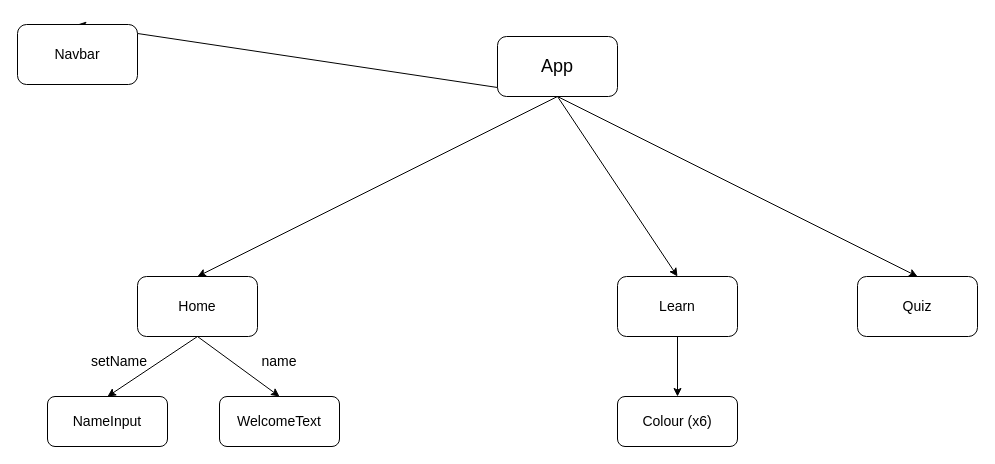
The draw.io diagram src/component-tree.drawio in rosiegracejones/all-about-colours, before the edit. Source tidied: cells renumbered, new cells numbered last; positions are measured from the earlier drawing's top-left corner, leaving out a move shared by most shapes. Both pictures are drawn from the tidied source at 100%, with x=0, y=0 at pixel (17, 24).
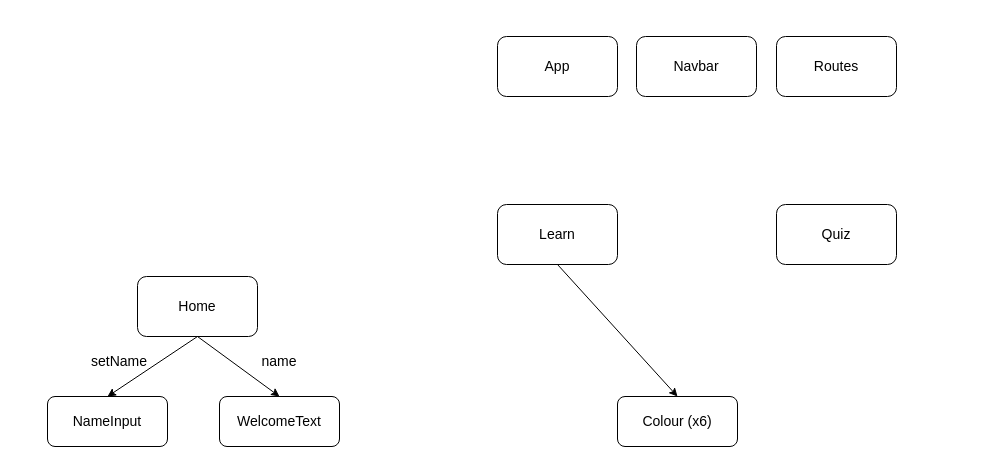
After the change.

The edit, as a diff of the source:
```diff
@@
 <mxGraphModel>
   <root>
     <mxCell id="0" />
     <mxCell id="1" parent="0" />
-    <mxCell id="2" style="edgeStyle=none;html=1;exitX=0.5;exitY=1;exitDx=0;exitDy=0;entryX=0.5;entryY=0;entryDx=0;entryDy=0;fontSize=14;" parent="1" edge="1" source="6" target="11">
-      <mxGeometry relative="1" as="geometry" />
-    </mxCell>
-    <mxCell id="3" style="edgeStyle=none;html=1;exitX=0.5;exitY=1;exitDx=0;exitDy=0;entryX=0.5;entryY=0;entryDx=0;entryDy=0;fontSize=14;" parent="1" edge="1" source="6" target="12">
-      <mxGeometry relative="1" as="geometry" />
-    </mxCell>
-    <mxCell id="4" style="edgeStyle=none;html=1;exitX=0.5;exitY=1;exitDx=0;exitDy=0;entryX=0.5;entryY=0;entryDx=0;entryDy=0;fontSize=14;" parent="1" edge="1" source="6" target="14">
-      <mxGeometry relative="1" as="geometry" />
-    </mxCell>
-    <mxCell id="5" style="edgeStyle=none;html=1;exitX=0.5;exitY=1;exitDx=0;exitDy=0;entryX=0.5;entryY=0;entryDx=0;entryDy=0;fontSize=14;" parent="1" edge="1" source="6" target="17">
-      <mxGeometry relative="1" as="geometry" />
-    </mxCell>
-    <mxCell id="6" value="&lt;font style=&quot;font-size: 18px;&quot;&gt;App&lt;/font&gt;" style="rounded=1;whiteSpace=wrap;html=1;" parent="1" vertex="1">
+    <mxCell id="6" value="&lt;font style=&quot;font-size: 14px;&quot;&gt;App&lt;/font&gt;" style="rounded=1;whiteSpace=wrap;html=1;" parent="1" vertex="1">
       <mxGeometry x="480" y="12" width="120" height="60" as="geometry" />
     </mxCell>
     <mxCell id="7" value="&lt;font style=&quot;font-size: 14px;&quot;&gt;NameInput&lt;/font&gt;" style="rounded=1;whiteSpace=wrap;html=1;" parent="1" vertex="1">
       <mxGeometry x="30" y="372" width="120" height="50" as="geometry" />
     </mxCell>
     <mxCell id="8" value="&lt;font style=&quot;font-size: 14px;&quot;&gt;WelcomeText&lt;/font&gt;" style="rounded=1;whiteSpace=wrap;html=1;" parent="1" vertex="1">
       <mxGeometry x="202" y="372" width="120" height="50" as="geometry" />
     </mxCell>
     <mxCell id="9" style="edgeStyle=none;html=1;fontSize=14;exitX=0.5;exitY=1;exitDx=0;exitDy=0;entryX=0.5;entryY=0;entryDx=0;entryDy=0;" parent="1" edge="1" source="11" target="8">
       <mxGeometry relative="1" as="geometry" />
     </mxCell>
     <mxCell id="10" style="edgeStyle=none;html=1;exitX=0.5;exitY=1;exitDx=0;exitDy=0;entryX=0.5;entryY=0;entryDx=0;entryDy=0;fontSize=14;" parent="1" edge="1" source="11" target="7">
       <mxGeometry relative="1" as="geometry" />
     </mxCell>
     <mxCell id="11" value="&lt;font style=&quot;font-size: 14px;&quot;&gt;Home&lt;/font&gt;" style="rounded=1;whiteSpace=wrap;html=1;" parent="1" vertex="1">
       <mxGeometry x="120" y="252" width="120" height="60" as="geometry" />
     </mxCell>
     <mxCell id="12" value="&lt;font style=&quot;font-size: 14px;&quot;&gt;Navbar&lt;/font&gt;" style="rounded=1;whiteSpace=wrap;html=1;" parent="1" vertex="1">
-      <mxGeometry width="120" height="60" as="geometry" />
+      <mxGeometry x="619" y="12" width="120" height="60" as="geometry" />
     </mxCell>
     <mxCell id="13" style="edgeStyle=none;html=1;exitX=0.5;exitY=1;exitDx=0;exitDy=0;entryX=0.5;entryY=0;entryDx=0;entryDy=0;fontSize=14;" parent="1" edge="1" source="14" target="18">
       <mxGeometry relative="1" as="geometry" />
     </mxCell>
     <mxCell id="14" value="&lt;font style=&quot;font-size: 14px;&quot;&gt;Learn&lt;/font&gt;" style="rounded=1;whiteSpace=wrap;html=1;" parent="1" vertex="1">
-      <mxGeometry x="600" y="252" width="120" height="60" as="geometry" />
+      <mxGeometry x="480" y="180" width="120" height="60" as="geometry" />
     </mxCell>
     <mxCell id="15" value="name" style="text;html=1;strokeColor=none;fillColor=none;align=center;verticalAlign=middle;whiteSpace=wrap;rounded=0;fontSize=14;" parent="1" vertex="1">
       <mxGeometry x="232" y="322" width="60" height="30" as="geometry" />
     </mxCell>
     <mxCell id="16" value="setName" style="text;html=1;strokeColor=none;fillColor=none;align=center;verticalAlign=middle;whiteSpace=wrap;rounded=0;fontSize=14;" parent="1" vertex="1">
       <mxGeometry x="72" y="322" width="60" height="30" as="geometry" />
     </mxCell>
     <mxCell id="17" value="&lt;span style=&quot;font-size: 14px;&quot;&gt;Quiz&lt;/span&gt;" style="rounded=1;whiteSpace=wrap;html=1;" parent="1" vertex="1">
-      <mxGeometry x="840" y="252" width="120" height="60" as="geometry" />
+      <mxGeometry x="759" y="180" width="120" height="60" as="geometry" />
     </mxCell>
     <mxCell id="18" value="Colour (x6)" style="rounded=1;whiteSpace=wrap;html=1;fontSize=14;" parent="1" vertex="1">
       <mxGeometry x="600" y="372" width="120" height="50" as="geometry" />
     </mxCell>
+    <mxCell id="19" value="&lt;font style=&quot;font-size: 14px;&quot;&gt;Routes&lt;/font&gt;" style="rounded=1;whiteSpace=wrap;html=1;" parent="1" vertex="1">
+      <mxGeometry x="759" y="12" width="120" height="60" as="geometry" />
+    </mxCell>
   </root>
 </mxGraphModel>
```
